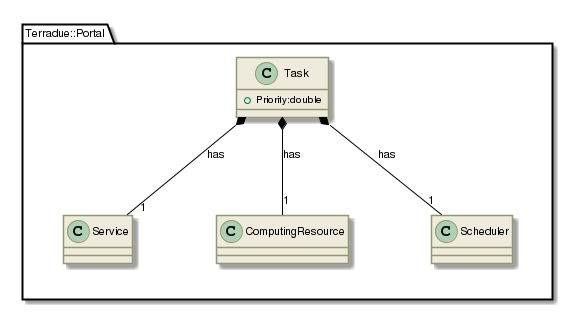
Above: _images/plantuml-6aeb8d1da30b4dca26baa23d1138f078377b23ad.png in Terradue/doc-tep-geohazards-arch (PlantUML), before the change. Source of this version:
```plantuml
@startuml

skinparam backgroundColor #FFFFFF


skinparam sequence {

        ActorBorderColor #000000

        ArrowColor #919871
        ArrowFontSize 8
        ArrowFontStyle plain
        ArrowFontName Arial

        LifeLineBorderColor #919871
        LifeLineBackgroundColor #EEEBDC

        ParticipantBorderColor #919871
        ParticipantBackgroundColor #EEEBDC
        ParticipantFontName Arial
        ParticipantFontSize 10
        ParticipantFontColor #000000

        ActorBackgroundColor #EEEBDC
        ActorFontColor #000000
        ActorFontSize 10
        ActorFontName Arial

}

skinparam class {

	ArrowFontColor #000000
	ArrowFontSize 10
	ArrowFontStyle plain
	ArrowFontName Arial

	AttributeFontColor #000000
	AttributeFontSize 10
	AttributeIconSize 11
	AttributeFontStyle plain
	AttributeFontName Arial

	FontColor #000000
	FontSize 11
	FontStyle plain
	FontName Arial

	StereotypeFontColor #000000
	StereotypeFontSize 10
	StereotypeFontStyle plain
	StereotypeFontName Arial

	BackgroundColor #EEEBDC
 	ArrowColor #919871
 	BorderColor #919871

 }

skinparam component {

	FontSize 11
 	BackgroundColor #EEEBDC
 	InterfaceBackgroundColor white
	InterfaceBorderColor black
 	BorderColor #919871
	ArrowColor black
 	ArrowFontColor #777777
 	FontName Arial
 	ArrowFontName Arial



}

skinparam package {
	FontColor black
	FontSize 11
	FontStyle plain
	FontName Arial
}

skinparam state {
	BackgroundColor #EEEBDC
	BorderColor #919871
	ArrowColor  black


	FontColor black
	FontSize 11
	FontStyle plain
	FontName Arial

	ArrowFontColor black
	ArrowFontSize 11
	ArrowFontStyle plain
	ArrowFontName Arial
	AttributeFontColor black
	AttributeFontSize 11
	AttributeFontStyle plain
	AttributeFontName Arial

}

skinparam activity {

	ArrowColor black
	BackgroundColor #EEEBDC
	BorderColor #919871
	StartColor black
	EndColor black
	BarColor #919871

	FontColor black
	FontSize 11
	FontStyle plain
	FontName Arial

	ArrowFontColor black
	ArrowFontSize 11
	ArrowFontStyle plain
	ArrowFontName Arial

}

skinparam usecase {

	BackgroundColor #EEEBDC
 	InterfaceBackgroundColor white
	InterfaceBorderColor black
 	BorderColor #919871
	ArrowColor black
	ActorBorderColor #919871
	ActorFontName Courier

}
skinparam backgroundColor #FFFFFF
skinparam componentStyle uml2
set namespaceSeparator ::
class Terradue::Portal::Task {
[[../information/classes/class_terradue_1_1_portal_1_1_task.html]]
 +Priority:double
}
Terradue::Portal::Task  *-- "1" Terradue::Portal::Service : has
Terradue::Portal::Task  *-- "1" Terradue::Portal::ComputingResource : has
Terradue::Portal::Task  *-- "1" Terradue::Portal::Scheduler : has

@enduml
```
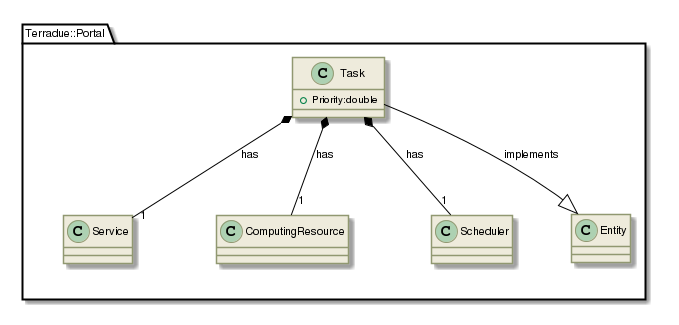
The same diagram one commit later.

Diff of the diagram source:
```diff
@@ -144,5 +144,6 @@
 Terradue::Portal::Task  *-- "1" Terradue::Portal::Service : has
 Terradue::Portal::Task  *-- "1" Terradue::Portal::ComputingResource : has
 Terradue::Portal::Task  *-- "1" Terradue::Portal::Scheduler : has
+Terradue::Portal::Task  --|>  Terradue::Portal::Entity : implements
 
 @enduml
```
